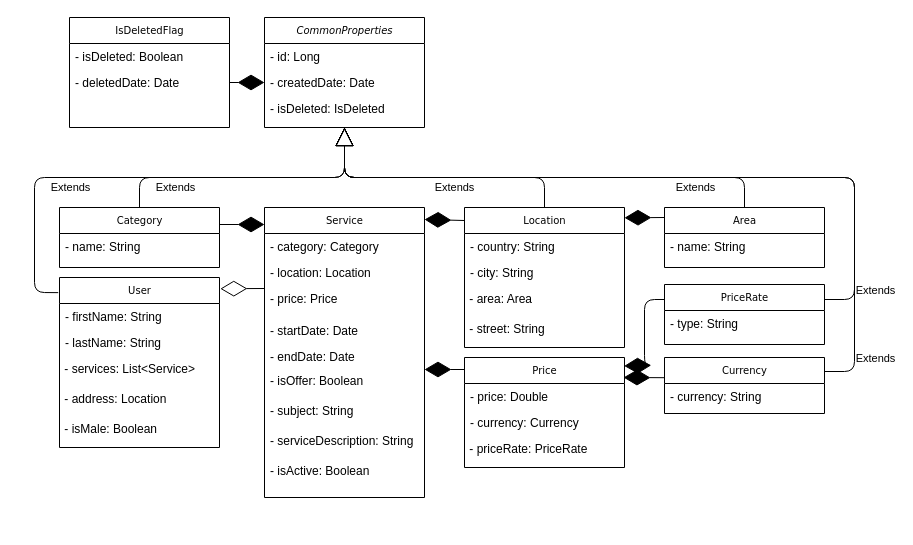
This is page "UML" (1 of 3) of HelppyDiagrams.drawio from StanislavRa/group_A_Helppy, a draw.io file, before an edit. Source tidied: cells renumbered, new cells numbered last; positions are measured from the earlier drawing's top-left corner, leaving out a move shared by most shapes. Both pictures are drawn from the tidied source at 100%, with x=0, y=0 at pixel (34, 17).
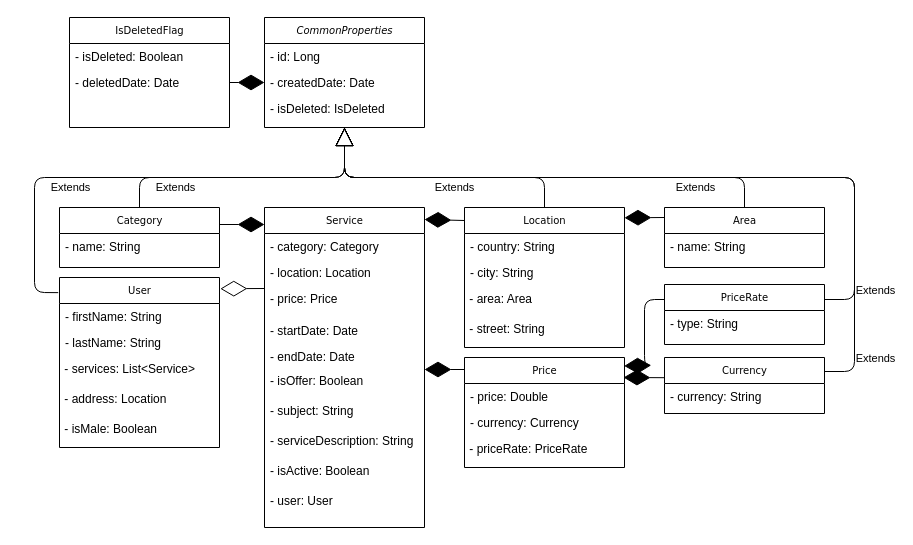
Above is the later version.

Commit message (it also covers changes not shown here):
Added to Service class User type field

Change to the diagram source:
```diff
@@
     <mxCell id="4" value="Service" style="swimlane;html=1;fontStyle=0;horizontal=1;startSize=26;fillColor=none;swimlaneFillColor=#ffffff;rounded=0;shadow=0;comic=0;labelBackgroundColor=none;strokeWidth=1;fontFamily=Verdana;fontSize=10;align=center;" parent="1" vertex="1">
-      <mxGeometry x="230" y="190" width="160" height="290" as="geometry" />
+      <mxGeometry x="230" y="190" width="160" height="320" as="geometry" />
     </mxCell>
@@
+    <mxCell id="56" value="- user: User" style="text;html=1;strokeColor=none;fillColor=none;align=left;verticalAlign=top;spacingLeft=4;spacingRight=4;whiteSpace=wrap;overflow=hidden;" parent="4" vertex="1">
+      <mxGeometry y="280" width="160" height="30" as="geometry" />
+    </mxCell>
```
